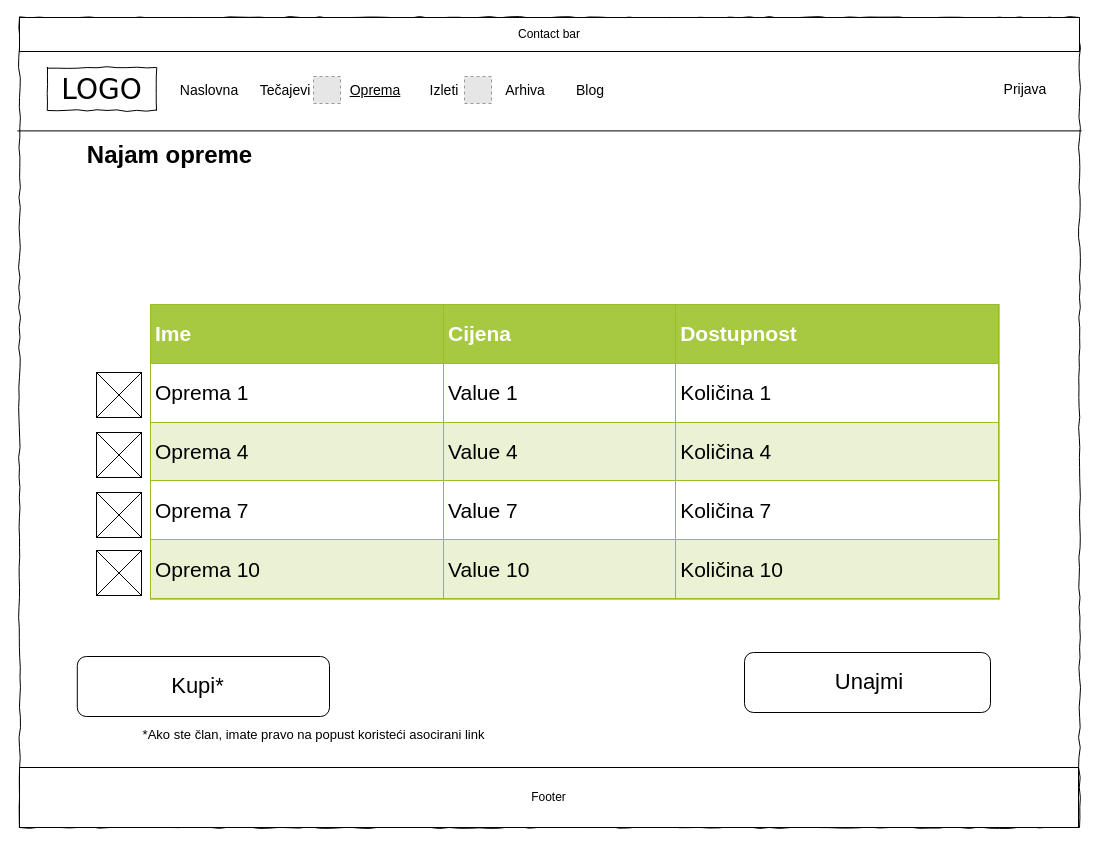
The draw.io diagram page "Oprema" (11 of 15) of low-fidelity-HCI.drawio in JakovSp/HCI, before the edit. Source tidied: cells renumbered, new cells numbered last; positions are measured from the earlier drawing's top-left corner, leaving out a move shared by most shapes. Both pictures are drawn from the tidied source at 100%, with x=0, y=0 at pixel (17, 17). Pictures stored in the file or linked from it are replaced by grey dashed boxes.
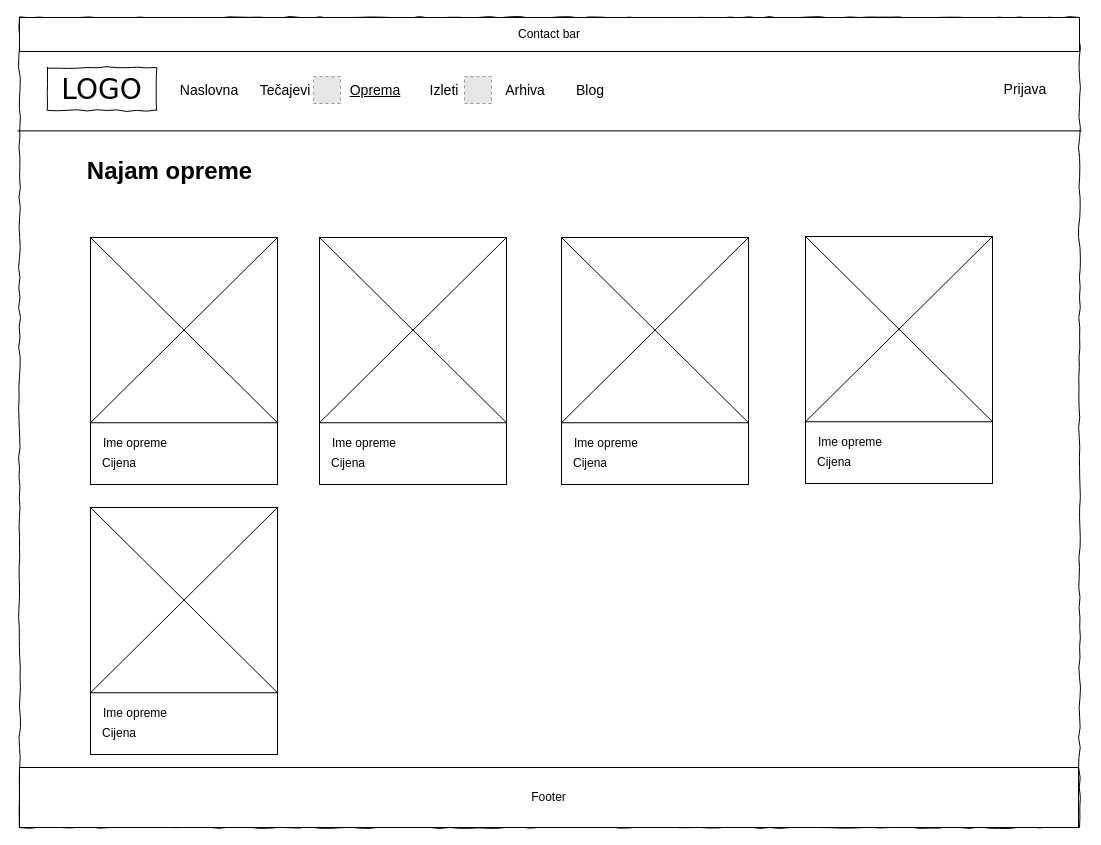
After the change.

The edit, as a diff of the source:
```diff
@@
-    <mxCell id="3" style="rounded=1;whiteSpace=wrap;html=1;fontSize=22;" parent="1" vertex="1">
-      <mxGeometry x="59.8" y="639" width="252.2" height="60" as="geometry" />
-    </mxCell>
-    <mxCell id="4" value="Kupi*" style="text;html=1;strokeColor=none;fillColor=none;align=center;verticalAlign=middle;whiteSpace=wrap;rounded=0;fontSize=22;" parent="1" vertex="1">
-      <mxGeometry x="87" y="659" width="187" height="20" as="geometry" />
-    </mxCell>
-    <mxCell id="5" value="&lt;table style=&quot;width: 100% ; height: 100% ; border-collapse: collapse ; font-size: 21px&quot; width=&quot;100%&quot; cellpadding=&quot;4&quot; border=&quot;1&quot;&gt;&lt;tbody style=&quot;font-size: 21px&quot;&gt;&lt;tr style=&quot;background-color: rgb(167 , 201 , 66) ; color: rgb(255 , 255 , 255) ; border: 1px solid rgb(152 , 191 , 33) ; font-size: 21px&quot;&gt;&lt;th style=&quot;font-size: 21px&quot; align=&quot;left&quot;&gt;Ime&lt;/th&gt;&lt;th style=&quot;font-size: 21px&quot; align=&quot;left&quot;&gt;Cijena&lt;br&gt;&lt;/th&gt;&lt;th style=&quot;font-size: 21px&quot; align=&quot;left&quot;&gt;Dostupnost&lt;/th&gt;&lt;/tr&gt;&lt;tr style=&quot;border: 1px solid rgb(152 , 191 , 33) ; font-size: 21px&quot;&gt;&lt;td style=&quot;font-size: 21px&quot;&gt;Oprema 1&lt;/td&gt;&lt;td style=&quot;font-size: 21px&quot;&gt;Value 1&lt;/td&gt;&lt;td style=&quot;font-size: 21px&quot;&gt;Količina 1&lt;/td&gt;&lt;/tr&gt;&lt;tr style=&quot;background-color: rgb(234 , 242 , 211) ; border: 1px solid rgb(152 , 191 , 33) ; font-size: 21px&quot;&gt;&lt;td style=&quot;font-size: 21px&quot;&gt;Oprema 4&lt;/td&gt;&lt;td style=&quot;font-size: 21px&quot;&gt;Value 4&lt;/td&gt;&lt;td style=&quot;font-size: 21px&quot;&gt;Količina 4&lt;/td&gt;&lt;/tr&gt;&lt;tr style=&quot;border: 1px solid rgb(152 , 191 , 33) ; font-size: 21px&quot;&gt;&lt;td style=&quot;font-size: 21px&quot;&gt;Oprema 7&lt;/td&gt;&lt;td style=&quot;font-size: 21px&quot;&gt;Value 7&lt;/td&gt;&lt;td style=&quot;font-size: 21px&quot;&gt;Količina 7&lt;/td&gt;&lt;/tr&gt;&lt;tr style=&quot;background-color: rgb(234 , 242 , 211) ; border: 1px solid rgb(152 , 191 , 33) ; font-size: 21px&quot;&gt;&lt;td style=&quot;font-size: 21px&quot;&gt;Oprema 10&lt;/td&gt;&lt;td style=&quot;font-size: 21px&quot;&gt;Value 10&lt;/td&gt;&lt;td style=&quot;font-size: 21px&quot;&gt;Količina 10&lt;/td&gt;&lt;/tr&gt;&lt;/tbody&gt;&lt;/table&gt;" style="text;html=1;strokeColor=#c0c0c0;fillColor=#ffffff;overflow=fill;rounded=0;fontSize=21;" parent="1" vertex="1">
-      <mxGeometry x="133" y="287" width="849" height="295" as="geometry" />
-    </mxCell>
-    <mxCell id="6" style="whiteSpace=wrap;html=1;fontSize=21;" parent="1" vertex="1">
-      <mxGeometry x="79" y="355" width="45" height="45" as="geometry" />
-    </mxCell>
-    <mxCell id="7" style="endArrow=none;html=1;fontSize=21;exitX=0;exitY=1;exitDx=0;exitDy=0;entryX=1;entryY=0;entryDx=0;entryDy=0;" parent="1" edge="1" source="6" target="6">
-      <mxGeometry relative="1" as="geometry" />
-    </mxCell>
-    <mxCell id="8" style="endArrow=none;html=1;fontSize=21;exitX=1;exitY=1;exitDx=0;exitDy=0;entryX=0;entryY=0;entryDx=0;entryDy=0;" parent="1" edge="1" source="6" target="6">
-      <mxGeometry relative="1" as="geometry" />
-    </mxCell>
-    <mxCell id="9" style="whiteSpace=wrap;html=1;fontSize=21;" parent="1" vertex="1">
-      <mxGeometry x="79" y="415" width="45" height="45" as="geometry" />
-    </mxCell>
-    <mxCell id="10" style="endArrow=none;html=1;fontSize=21;exitX=0;exitY=1;exitDx=0;exitDy=0;entryX=1;entryY=0;entryDx=0;entryDy=0;" parent="1" edge="1" source="9" target="9">
-      <mxGeometry relative="1" as="geometry" />
-    </mxCell>
-    <mxCell id="11" style="endArrow=none;html=1;fontSize=21;exitX=1;exitY=1;exitDx=0;exitDy=0;entryX=0;entryY=0;entryDx=0;entryDy=0;" parent="1" edge="1" source="9" target="9">
-      <mxGeometry relative="1" as="geometry" />
-    </mxCell>
-    <mxCell id="12" style="whiteSpace=wrap;html=1;fontSize=21;" parent="1" vertex="1">
-      <mxGeometry x="79" y="475" width="45" height="45" as="geometry" />
-    </mxCell>
-    <mxCell id="13" style="endArrow=none;html=1;fontSize=21;exitX=0;exitY=1;exitDx=0;exitDy=0;entryX=1;entryY=0;entryDx=0;entryDy=0;" parent="1" edge="1" source="12" target="12">
-      <mxGeometry relative="1" as="geometry" />
-    </mxCell>
-    <mxCell id="14" style="endArrow=none;html=1;fontSize=21;exitX=1;exitY=1;exitDx=0;exitDy=0;entryX=0;entryY=0;entryDx=0;entryDy=0;" parent="1" edge="1" source="12" target="12">
-      <mxGeometry relative="1" as="geometry" />
-    </mxCell>
-    <mxCell id="15" style="whiteSpace=wrap;html=1;fontSize=21;" parent="1" vertex="1">
-      <mxGeometry x="79" y="533" width="45" height="45" as="geometry" />
-    </mxCell>
-    <mxCell id="16" style="endArrow=none;html=1;fontSize=21;exitX=0;exitY=1;exitDx=0;exitDy=0;entryX=1;entryY=0;entryDx=0;entryDy=0;" parent="1" edge="1" source="15" target="15">
-      <mxGeometry relative="1" as="geometry" />
-    </mxCell>
-    <mxCell id="17" style="endArrow=none;html=1;fontSize=21;exitX=1;exitY=1;exitDx=0;exitDy=0;entryX=0;entryY=0;entryDx=0;entryDy=0;" parent="1" edge="1" source="15" target="15">
-      <mxGeometry relative="1" as="geometry" />
-    </mxCell>
-    <mxCell id="18" style="rounded=1;whiteSpace=wrap;html=1;fontSize=22;" parent="1" vertex="1">
-      <mxGeometry x="727" y="635" width="246" height="60" as="geometry" />
-    </mxCell>
-    <mxCell id="19" value="Unajmi" style="text;html=1;strokeColor=none;fillColor=none;align=center;verticalAlign=middle;whiteSpace=wrap;rounded=0;fontSize=22;" parent="1" vertex="1">
-      <mxGeometry x="752" y="655" width="200.2" height="20" as="geometry" />
-    </mxCell>
@@
     <mxCell id="21" value="Najam opreme" style="text;strokeColor=none;fillColor=none;html=1;fontSize=24;fontStyle=1;verticalAlign=middle;align=center;" parent="1" vertex="1">
-      <mxGeometry x="110" y="123" width="83" height="29" as="geometry" />
+      <mxGeometry x="110" y="139" width="83" height="29" as="geometry" />
     </mxCell>
-    <mxCell id="22" value="*&lt;font style=&quot;font-size: 13px&quot;&gt;Ako ste član, imate pravo na popust koristeći asocirani link&lt;/font&gt;" style="text;html=1;strokeColor=none;fillColor=none;align=center;verticalAlign=middle;whiteSpace=wrap;rounded=0;fontSize=13;" parent="1" vertex="1">
-      <mxGeometry x="13" y="695" width="567" height="43" as="geometry" />
-    </mxCell>
@@
+    <mxCell id="41" style="group;" parent="1" vertex="1">
+      <mxGeometry x="73" y="220" width="187" height="247" as="geometry" />
+    </mxCell>
+    <mxCell id="42" style="group;" parent="41" vertex="1">
+      <mxGeometry width="187" height="247" as="geometry" />
+    </mxCell>
+    <mxCell id="43" style="rounded=0;whiteSpace=wrap;html=1;" parent="42" vertex="1">
+      <mxGeometry width="187" height="247" as="geometry" />
+    </mxCell>
+    <mxCell id="44" value="Ime opreme" style="text;html=1;strokeColor=none;fillColor=none;align=center;verticalAlign=middle;whiteSpace=wrap;rounded=0;" parent="42" vertex="1">
+      <mxGeometry x="9" y="196" width="72" height="20" as="geometry" />
+    </mxCell>
+    <mxCell id="45" value="Cijena" style="text;html=1;strokeColor=none;fillColor=none;align=center;verticalAlign=middle;whiteSpace=wrap;rounded=0;" parent="42" vertex="1">
+      <mxGeometry x="9" y="216" width="40" height="20" as="geometry" />
+    </mxCell>
+    <mxCell id="46" style="endArrow=none;html=1;exitX=0;exitY=0.75;exitDx=0;exitDy=0;entryX=1;entryY=0.75;entryDx=0;entryDy=0;" parent="42" edge="1" source="43" target="43">
+      <mxGeometry relative="1" as="geometry" />
+    </mxCell>
+    <mxCell id="47" style="endArrow=none;html=1;entryX=0;entryY=0;entryDx=0;entryDy=0;exitX=1;exitY=0.75;exitDx=0;exitDy=0;" parent="42" edge="1" source="43" target="43">
+      <mxGeometry relative="1" as="geometry" />
+    </mxCell>
+    <mxCell id="48" style="endArrow=none;html=1;exitX=0;exitY=0.75;exitDx=0;exitDy=0;entryX=1;entryY=0;entryDx=0;entryDy=0;" parent="42" edge="1" source="43" target="43">
+      <mxGeometry relative="1" as="geometry" />
+    </mxCell>
+    <mxCell id="49" style="group;" parent="1" vertex="1">
+      <mxGeometry x="302" y="220" width="187" height="247" as="geometry" />
+    </mxCell>
+    <mxCell id="50" style="rounded=0;whiteSpace=wrap;html=1;" parent="49" vertex="1">
+      <mxGeometry width="187" height="247" as="geometry" />
+    </mxCell>
+    <mxCell id="51" value="Ime opreme" style="text;html=1;strokeColor=none;fillColor=none;align=center;verticalAlign=middle;whiteSpace=wrap;rounded=0;" parent="49" vertex="1">
+      <mxGeometry x="9" y="196" width="72" height="20" as="geometry" />
+    </mxCell>
+    <mxCell id="52" value="Cijena" style="text;html=1;strokeColor=none;fillColor=none;align=center;verticalAlign=middle;whiteSpace=wrap;rounded=0;" parent="49" vertex="1">
+      <mxGeometry x="9" y="216" width="40" height="20" as="geometry" />
+    </mxCell>
+    <mxCell id="53" style="endArrow=none;html=1;exitX=0;exitY=0.75;exitDx=0;exitDy=0;entryX=1;entryY=0.75;entryDx=0;entryDy=0;" parent="49" edge="1" source="50" target="50">
+      <mxGeometry relative="1" as="geometry" />
+    </mxCell>
+    <mxCell id="54" style="endArrow=none;html=1;entryX=0;entryY=0;entryDx=0;entryDy=0;exitX=1;exitY=0.75;exitDx=0;exitDy=0;" parent="49" edge="1" source="50" target="50">
+      <mxGeometry relative="1" as="geometry" />
+    </mxCell>
+    <mxCell id="55" style="endArrow=none;html=1;exitX=0;exitY=0.75;exitDx=0;exitDy=0;entryX=1;entryY=0;entryDx=0;entryDy=0;" parent="49" edge="1" source="50" target="50">
+      <mxGeometry relative="1" as="geometry" />
+    </mxCell>
+    <mxCell id="56" style="group;" parent="1" vertex="1">
+      <mxGeometry x="544" y="220" width="187" height="247" as="geometry" />
+    </mxCell>
+    <mxCell id="57" style="rounded=0;whiteSpace=wrap;html=1;" parent="56" vertex="1">
+      <mxGeometry width="187" height="247" as="geometry" />
+    </mxCell>
+    <mxCell id="58" value="Ime opreme" style="text;html=1;strokeColor=none;fillColor=none;align=center;verticalAlign=middle;whiteSpace=wrap;rounded=0;" parent="56" vertex="1">
+      <mxGeometry x="9" y="196" width="72" height="20" as="geometry" />
+    </mxCell>
+    <mxCell id="59" value="Cijena" style="text;html=1;strokeColor=none;fillColor=none;align=center;verticalAlign=middle;whiteSpace=wrap;rounded=0;" parent="56" vertex="1">
+      <mxGeometry x="9" y="216" width="40" height="20" as="geometry" />
+    </mxCell>
+    <mxCell id="60" style="endArrow=none;html=1;exitX=0;exitY=0.75;exitDx=0;exitDy=0;entryX=1;entryY=0.75;entryDx=0;entryDy=0;" parent="56" edge="1" source="57" target="57">
+      <mxGeometry relative="1" as="geometry" />
+    </mxCell>
+    <mxCell id="61" style="endArrow=none;html=1;entryX=0;entryY=0;entryDx=0;entryDy=0;exitX=1;exitY=0.75;exitDx=0;exitDy=0;" parent="56" edge="1" source="57" target="57">
+      <mxGeometry relative="1" as="geometry" />
+    </mxCell>
+    <mxCell id="62" style="endArrow=none;html=1;exitX=0;exitY=0.75;exitDx=0;exitDy=0;entryX=1;entryY=0;entryDx=0;entryDy=0;" parent="56" edge="1" source="57" target="57">
+      <mxGeometry relative="1" as="geometry" />
+    </mxCell>
+    <mxCell id="63" style="group;" parent="1" vertex="1">
+      <mxGeometry x="788" y="219" width="187" height="247" as="geometry" />
+    </mxCell>
+    <mxCell id="64" style="rounded=0;whiteSpace=wrap;html=1;" parent="63" vertex="1">
+      <mxGeometry width="187" height="247" as="geometry" />
+    </mxCell>
+    <mxCell id="65" value="Ime opreme" style="text;html=1;strokeColor=none;fillColor=none;align=center;verticalAlign=middle;whiteSpace=wrap;rounded=0;" parent="63" vertex="1">
+      <mxGeometry x="9" y="196" width="72" height="20" as="geometry" />
+    </mxCell>
+    <mxCell id="66" value="Cijena" style="text;html=1;strokeColor=none;fillColor=none;align=center;verticalAlign=middle;whiteSpace=wrap;rounded=0;" parent="63" vertex="1">
+      <mxGeometry x="9" y="216" width="40" height="20" as="geometry" />
+    </mxCell>
+    <mxCell id="67" style="endArrow=none;html=1;exitX=0;exitY=0.75;exitDx=0;exitDy=0;entryX=1;entryY=0.75;entryDx=0;entryDy=0;" parent="63" edge="1" source="64" target="64">
+      <mxGeometry relative="1" as="geometry" />
+    </mxCell>
+    <mxCell id="68" style="endArrow=none;html=1;entryX=0;entryY=0;entryDx=0;entryDy=0;exitX=1;exitY=0.75;exitDx=0;exitDy=0;" parent="63" edge="1" source="64" target="64">
+      <mxGeometry relative="1" as="geometry" />
+    </mxCell>
+    <mxCell id="69" style="endArrow=none;html=1;exitX=0;exitY=0.75;exitDx=0;exitDy=0;entryX=1;entryY=0;entryDx=0;entryDy=0;" parent="63" edge="1" source="64" target="64">
+      <mxGeometry relative="1" as="geometry" />
+    </mxCell>
+    <mxCell id="70" style="group;" parent="1" vertex="1">
+      <mxGeometry x="73" y="490" width="187" height="247" as="geometry" />
+    </mxCell>
+    <mxCell id="71" style="rounded=0;whiteSpace=wrap;html=1;" parent="70" vertex="1">
+      <mxGeometry width="187" height="247" as="geometry" />
+    </mxCell>
+    <mxCell id="72" value="Ime opreme" style="text;html=1;strokeColor=none;fillColor=none;align=center;verticalAlign=middle;whiteSpace=wrap;rounded=0;" parent="70" vertex="1">
+      <mxGeometry x="9" y="196" width="72" height="20" as="geometry" />
+    </mxCell>
+    <mxCell id="73" value="Cijena" style="text;html=1;strokeColor=none;fillColor=none;align=center;verticalAlign=middle;whiteSpace=wrap;rounded=0;" parent="70" vertex="1">
+      <mxGeometry x="9" y="216" width="40" height="20" as="geometry" />
+    </mxCell>
+    <mxCell id="74" style="endArrow=none;html=1;exitX=0;exitY=0.75;exitDx=0;exitDy=0;entryX=1;entryY=0.75;entryDx=0;entryDy=0;" parent="70" edge="1" source="71" target="71">
+      <mxGeometry relative="1" as="geometry" />
+    </mxCell>
+    <mxCell id="75" style="endArrow=none;html=1;entryX=0;entryY=0;entryDx=0;entryDy=0;exitX=1;exitY=0.75;exitDx=0;exitDy=0;" parent="70" edge="1" source="71" target="71">
+      <mxGeometry relative="1" as="geometry" />
+    </mxCell>
+    <mxCell id="76" style="endArrow=none;html=1;exitX=0;exitY=0.75;exitDx=0;exitDy=0;entryX=1;entryY=0;entryDx=0;entryDy=0;" parent="70" edge="1" source="71" target="71">
+      <mxGeometry relative="1" as="geometry" />
+    </mxCell>
```
